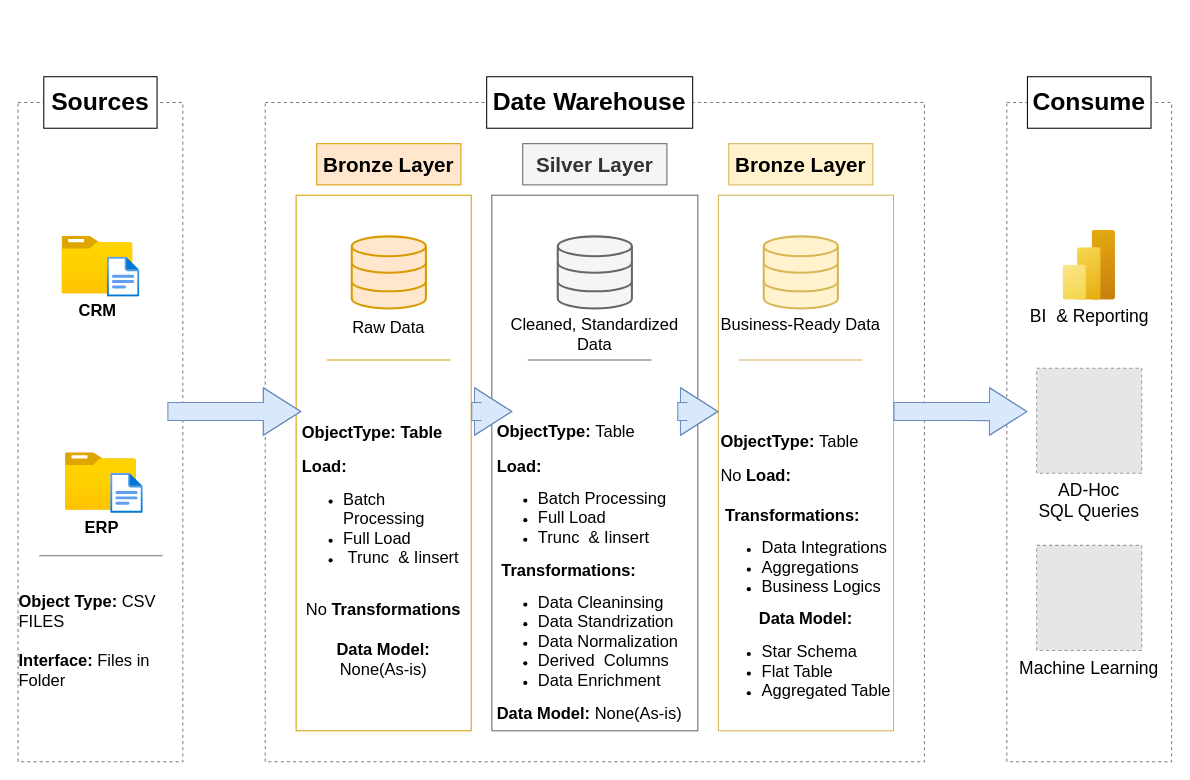
Earlier version of the draw.io diagram docs/Data Architecture.drawio (CharlesEmil/sql-data-warehouse-project). Source tidied: cells renumbered, new cells numbered last; positions are measured from the earlier drawing's top-left corner, leaving out a move shared by most shapes. Both pictures are drawn from the tidied source at 103%, with x=0, y=0 at pixel (18, 18). Pictures stored in the file or linked from it are replaced by grey dashed boxes.
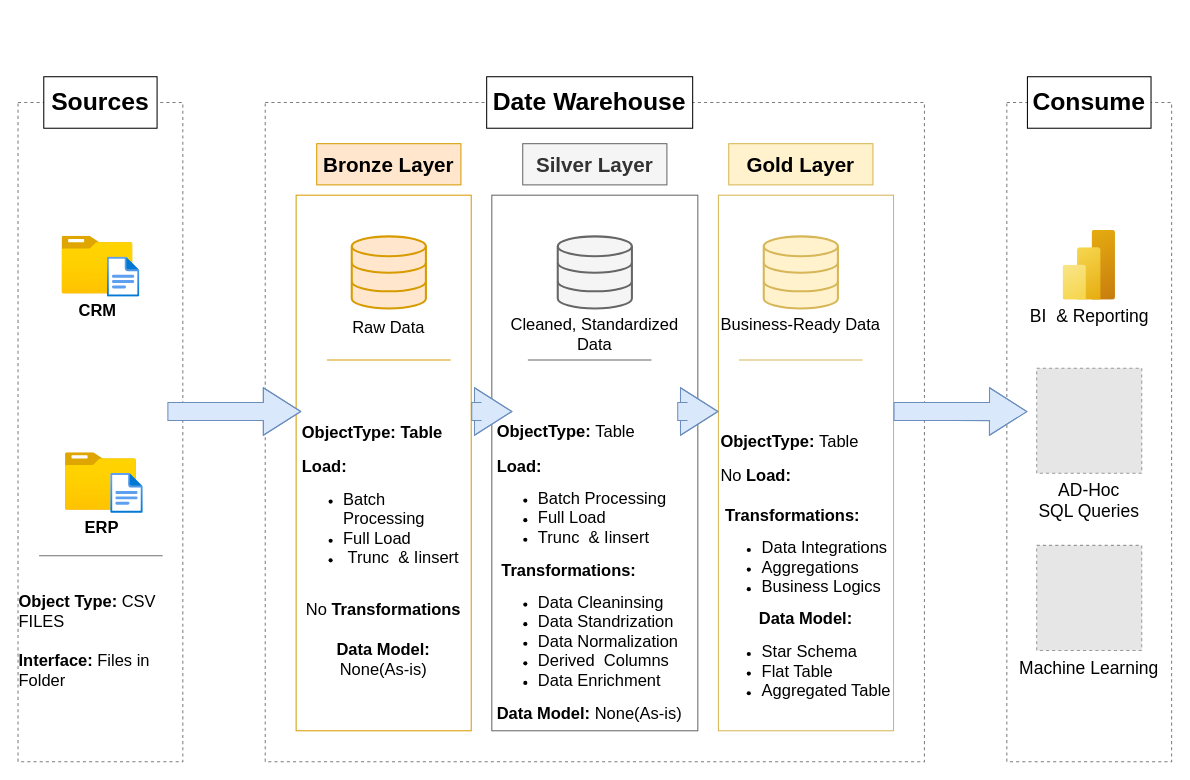
After the change.

What changed in the source:
```diff
@@
-    <mxCell id="10" value="&lt;font style=&quot;font-size: 20px;&quot;&gt;&lt;b&gt;Bronze Layer&lt;/b&gt;&lt;/font&gt;" style="rounded=0;whiteSpace=wrap;html=1;fillColor=#fff2cc;strokeColor=#d6b656;" parent="1" vertex="1">
+    <mxCell id="10" value="&lt;font style=&quot;font-size: 20px;&quot;&gt;&lt;b&gt;Gold Layer&lt;/b&gt;&lt;/font&gt;" style="rounded=0;whiteSpace=wrap;html=1;fillColor=#fff2cc;strokeColor=#d6b656;" parent="1" vertex="1">
       <mxGeometry x="690" y="122" width="140" height="40" as="geometry" />
     </mxCell>
```
